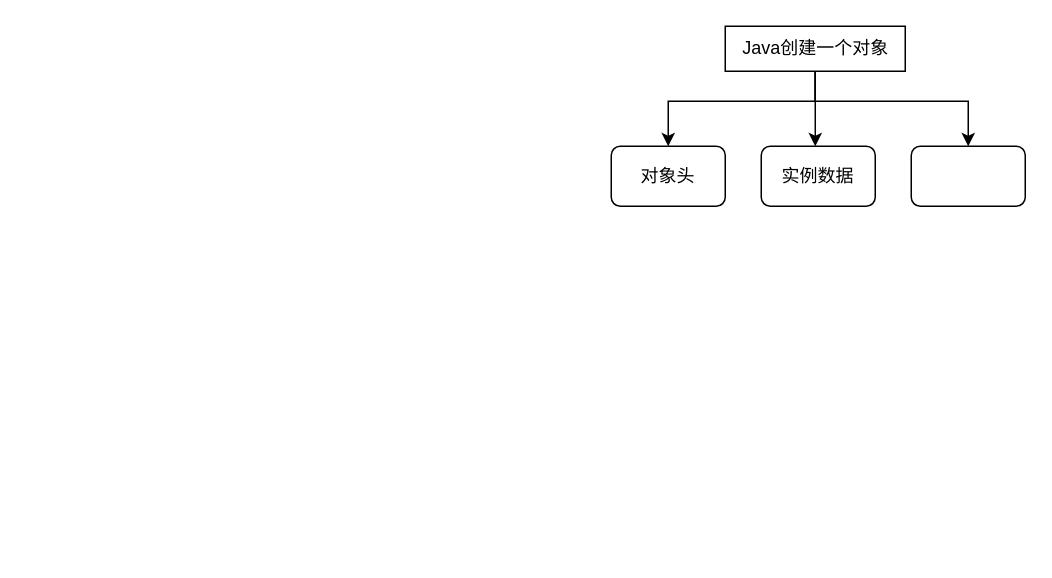
Earlier version of the draw.io diagram 未命名绘图.drawio (Clearner1/drawio). Source tidied: cells renumbered, new cells numbered last; positions are measured from the earlier drawing's top-left corner, leaving out a move shared by most shapes. Both pictures are drawn from the tidied source at 150%, with x=0, y=0 at pixel (610, 26).
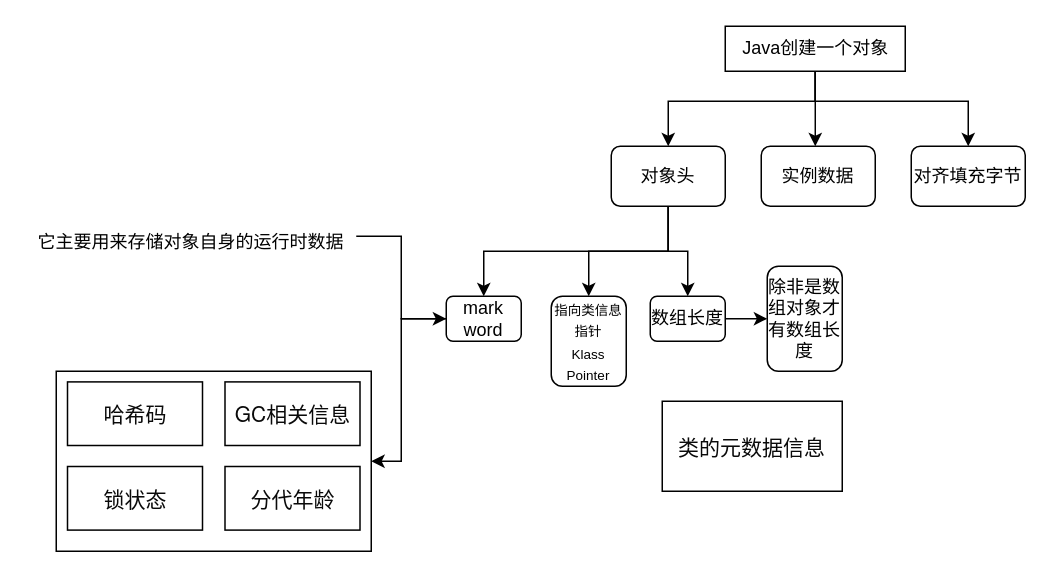
The same diagram, later.

Commit message:
更新未命名绘图.drawio

The change refers to these unchanged cells:
```xml
<mxCell id="2" value="对象头" style="rounded=1;whiteSpace=wrap;html=1;" parent="1" vertex="1">
  <mxGeometry y="80" width="76" height="40" as="geometry" />
</mxCell>
```

Diff of the diagram source:
```diff
@@
+    <mxCell id="9" style="edgeStyle=orthogonalEdgeStyle;rounded=0;jettySize=auto;html=1;entryX=0.5;entryY=0;entryDx=0;entryDy=0;" parent="1" edge="1" source="2" target="13">
+      <mxGeometry relative="1" as="geometry">
+        <Array as="points">
+          <mxPoint x="38" y="150" />
+          <mxPoint x="-85" y="150" />
+        </Array>
+      </mxGeometry>
+    </mxCell>
+    <mxCell id="10" style="edgeStyle=orthogonalEdgeStyle;rounded=0;jettySize=auto;html=1;entryX=0.5;entryY=0;entryDx=0;entryDy=0;" parent="1" edge="1" source="2" target="14">
+      <mxGeometry relative="1" as="geometry" />
+    </mxCell>
+    <mxCell id="11" style="edgeStyle=orthogonalEdgeStyle;rounded=0;jettySize=auto;html=1;entryX=0.5;entryY=0;entryDx=0;entryDy=0;" parent="1" edge="1" source="2" target="16">
+      <mxGeometry relative="1" as="geometry" />
+    </mxCell>
@@
-    <mxCell id="7" style="rounded=1;whiteSpace=wrap;html=1;" parent="1" vertex="1">
+    <mxCell id="7" value="对齐填充字节" style="rounded=1;whiteSpace=wrap;html=1;" parent="1" vertex="1">
       <mxGeometry x="200" y="80" width="76" height="40" as="geometry" />
     </mxCell>
@@
+    <mxCell id="12" style="edgeStyle=orthogonalEdgeStyle;rounded=0;jettySize=auto;html=1;entryX=1;entryY=0.5;entryDx=0;entryDy=0;" parent="1" edge="1" source="13" target="21">
+      <mxGeometry relative="1" as="geometry">
+        <Array as="points">
+          <mxPoint x="-140" y="195" />
+          <mxPoint x="-140" y="290" />
+        </Array>
+      </mxGeometry>
+    </mxCell>
+    <mxCell id="13" value="mark word" style="rounded=1;whiteSpace=wrap;html=1;" parent="1" vertex="1">
+      <mxGeometry x="-110" y="180" width="50" height="30" as="geometry" />
+    </mxCell>
+    <mxCell id="14" value="&lt;font style=&quot;font-size: 9px;&quot;&gt;指向类信息指针&lt;/font&gt;&lt;div&gt;&lt;font style=&quot;font-size: 9px;&quot;&gt;Klass Pointer&lt;br&gt;&lt;/font&gt;&lt;/div&gt;" style="rounded=1;whiteSpace=wrap;html=1;" parent="1" vertex="1">
+      <mxGeometry x="-40" y="180" width="50" height="60" as="geometry" />
+    </mxCell>
+    <mxCell id="15" style="edgeStyle=orthogonalEdgeStyle;rounded=0;jettySize=auto;html=1;" parent="1" edge="1" source="16" target="26">
+      <mxGeometry relative="1" as="geometry" />
+    </mxCell>
+    <mxCell id="16" value="数组长度" style="rounded=1;whiteSpace=wrap;html=1;" parent="1" vertex="1">
+      <mxGeometry x="26" y="180" width="50" height="30" as="geometry" />
+    </mxCell>
+    <mxCell id="17" value="&lt;span style=&quot;color: rgb(10, 10, 10); font-family: &amp;quot;Helvetica Neue&amp;quot;, BlinkMacSystemFont, &amp;quot;Segoe UI&amp;quot;, &amp;quot;PingFang SC&amp;quot;, Roboto, &amp;quot;Microsoft YaHei&amp;quot;, &amp;quot;Source Han Sans SC&amp;quot;, &amp;quot;Noto Sans CJK SC&amp;quot;, &amp;quot;Myriad Pro&amp;quot;, &amp;quot;Hiragino Sans&amp;quot;, &amp;quot;Yu Gothic&amp;quot;, &amp;quot;Lucida Grande&amp;quot;, sans-serif; font-size: 14px; text-align: start; white-space-collapse: preserve; background-color: rgb(255, 255, 255);&quot;&gt;类的元数据信息&lt;/span&gt;" style="rounded=0;whiteSpace=wrap;html=1;" parent="1" vertex="1">
+      <mxGeometry x="34" y="250" width="120" height="60" as="geometry" />
+    </mxCell>
+    <mxCell id="18" style="edgeStyle=orthogonalEdgeStyle;rounded=0;jettySize=auto;html=1;entryX=0;entryY=0.5;entryDx=0;entryDy=0;" parent="1" edge="1" source="19" target="13">
+      <mxGeometry relative="1" as="geometry" />
+    </mxCell>
+    <mxCell id="19" value="&lt;span style=&quot;color: rgb(0, 0, 0); font-family: Helvetica; font-style: normal; font-variant-ligatures: normal; font-variant-caps: normal; font-weight: 400; letter-spacing: normal; orphans: 2; text-indent: 0px; text-transform: none; widows: 2; word-spacing: 0px; -webkit-text-stroke-width: 0px; white-space: nowrap; background-color: rgb(255, 255, 255); text-decoration-thickness: initial; text-decoration-style: initial; text-decoration-color: initial; float: none; display: inline !important;&quot;&gt;&lt;font&gt;它主要用来存储对象自身的运行时数据&lt;/font&gt;&lt;/span&gt;" style="text;whiteSpace=wrap;html=1;align=center;" parent="1" vertex="1">
+      <mxGeometry x="-390" y="130" width="220" height="20" as="geometry" />
+    </mxCell>
+    <mxCell id="20" style="group;" parent="1" vertex="1">
+      <mxGeometry x="-370" y="230" width="210" height="120" as="geometry" />
+    </mxCell>
+    <mxCell id="21" style="whiteSpace=wrap;html=1;" parent="20" vertex="1">
+      <mxGeometry width="210" height="120" as="geometry" />
+    </mxCell>
+    <mxCell id="22" value="&lt;span style=&quot;color: rgb(10, 10, 10); font-family: &amp;quot;Helvetica Neue&amp;quot;, BlinkMacSystemFont, &amp;quot;Segoe UI&amp;quot;, &amp;quot;PingFang SC&amp;quot;, Roboto, &amp;quot;Microsoft YaHei&amp;quot;, &amp;quot;Source Han Sans SC&amp;quot;, &amp;quot;Noto Sans CJK SC&amp;quot;, &amp;quot;Myriad Pro&amp;quot;, &amp;quot;Hiragino Sans&amp;quot;, &amp;quot;Yu Gothic&amp;quot;, &amp;quot;Lucida Grande&amp;quot;, sans-serif; font-size: 14px; text-align: start; white-space-collapse: preserve; background-color: rgb(255, 255, 255);&quot;&gt;哈希码&lt;/span&gt;" style="rounded=0;whiteSpace=wrap;html=1;" parent="20" vertex="1">
+      <mxGeometry x="7.5" y="7.1" width="90" height="42.4" as="geometry" />
+    </mxCell>
+    <mxCell id="23" value="&lt;span style=&quot;color: rgb(10, 10, 10); font-family: &amp;quot;Helvetica Neue&amp;quot;, BlinkMacSystemFont, &amp;quot;Segoe UI&amp;quot;, &amp;quot;PingFang SC&amp;quot;, Roboto, &amp;quot;Microsoft YaHei&amp;quot;, &amp;quot;Source Han Sans SC&amp;quot;, &amp;quot;Noto Sans CJK SC&amp;quot;, &amp;quot;Myriad Pro&amp;quot;, &amp;quot;Hiragino Sans&amp;quot;, &amp;quot;Yu Gothic&amp;quot;, &amp;quot;Lucida Grande&amp;quot;, sans-serif; font-size: 14px; text-align: start; white-space-collapse: preserve; background-color: rgb(255, 255, 255);&quot;&gt;GC相关信息&lt;/span&gt;" style="whiteSpace=wrap;html=1;" parent="20" vertex="1">
+      <mxGeometry x="112.5" y="7.1" width="90" height="42.4" as="geometry" />
+    </mxCell>
+    <mxCell id="24" value="&lt;span style=&quot;color: rgb(10, 10, 10); font-family: &amp;quot;Helvetica Neue&amp;quot;, BlinkMacSystemFont, &amp;quot;Segoe UI&amp;quot;, &amp;quot;PingFang SC&amp;quot;, Roboto, &amp;quot;Microsoft YaHei&amp;quot;, &amp;quot;Source Han Sans SC&amp;quot;, &amp;quot;Noto Sans CJK SC&amp;quot;, &amp;quot;Myriad Pro&amp;quot;, &amp;quot;Hiragino Sans&amp;quot;, &amp;quot;Yu Gothic&amp;quot;, &amp;quot;Lucida Grande&amp;quot;, sans-serif; font-size: 14px; text-align: start; white-space-collapse: preserve; background-color: rgb(255, 255, 255);&quot;&gt;锁状态&lt;/span&gt;" style="whiteSpace=wrap;html=1;" parent="20" vertex="1">
+      <mxGeometry x="7.5" y="63.5" width="90" height="42.4" as="geometry" />
+    </mxCell>
+    <mxCell id="25" value="&lt;span style=&quot;color: rgb(10, 10, 10); font-family: &amp;quot;Helvetica Neue&amp;quot;, BlinkMacSystemFont, &amp;quot;Segoe UI&amp;quot;, &amp;quot;PingFang SC&amp;quot;, Roboto, &amp;quot;Microsoft YaHei&amp;quot;, &amp;quot;Source Han Sans SC&amp;quot;, &amp;quot;Noto Sans CJK SC&amp;quot;, &amp;quot;Myriad Pro&amp;quot;, &amp;quot;Hiragino Sans&amp;quot;, &amp;quot;Yu Gothic&amp;quot;, &amp;quot;Lucida Grande&amp;quot;, sans-serif; font-size: 14px; text-align: start; white-space-collapse: preserve; background-color: rgb(255, 255, 255);&quot;&gt;分代年龄&lt;/span&gt;" style="whiteSpace=wrap;html=1;" parent="20" vertex="1">
+      <mxGeometry x="112.5" y="63.5" width="90" height="42.4" as="geometry" />
+    </mxCell>
+    <mxCell id="26" value="除非是数组对象才有数组长度" style="rounded=1;whiteSpace=wrap;html=1;" parent="1" vertex="1">
+      <mxGeometry x="104" y="160" width="50" height="70" as="geometry" />
+    </mxCell>
```
